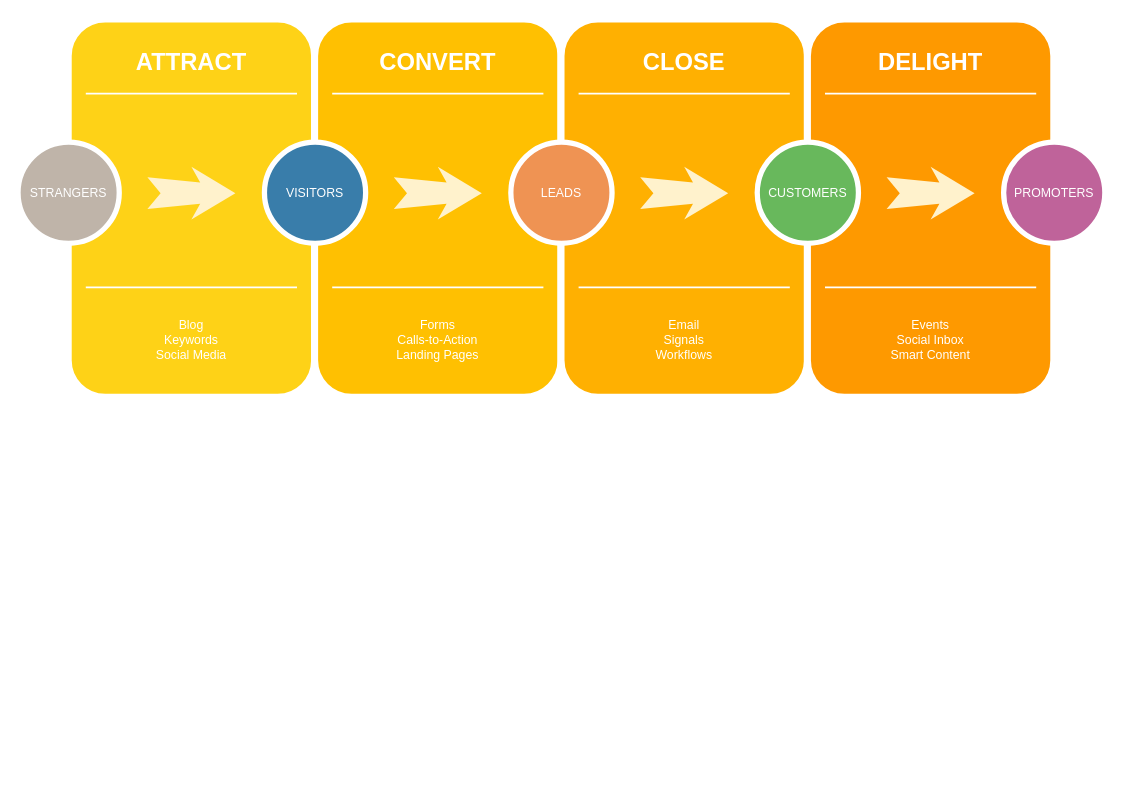
This is Diagram Tanpa Judul.drawio from rahmatulfajri10/server, a draw.io file, before an edit. Source tidied: cells renumbered, new cells numbered last; positions are measured from the earlier drawing's top-left corner, leaving out a move shared by most shapes. Both pictures are drawn from the tidied source at 88%, with x=0, y=0 at pixel (18, 18).
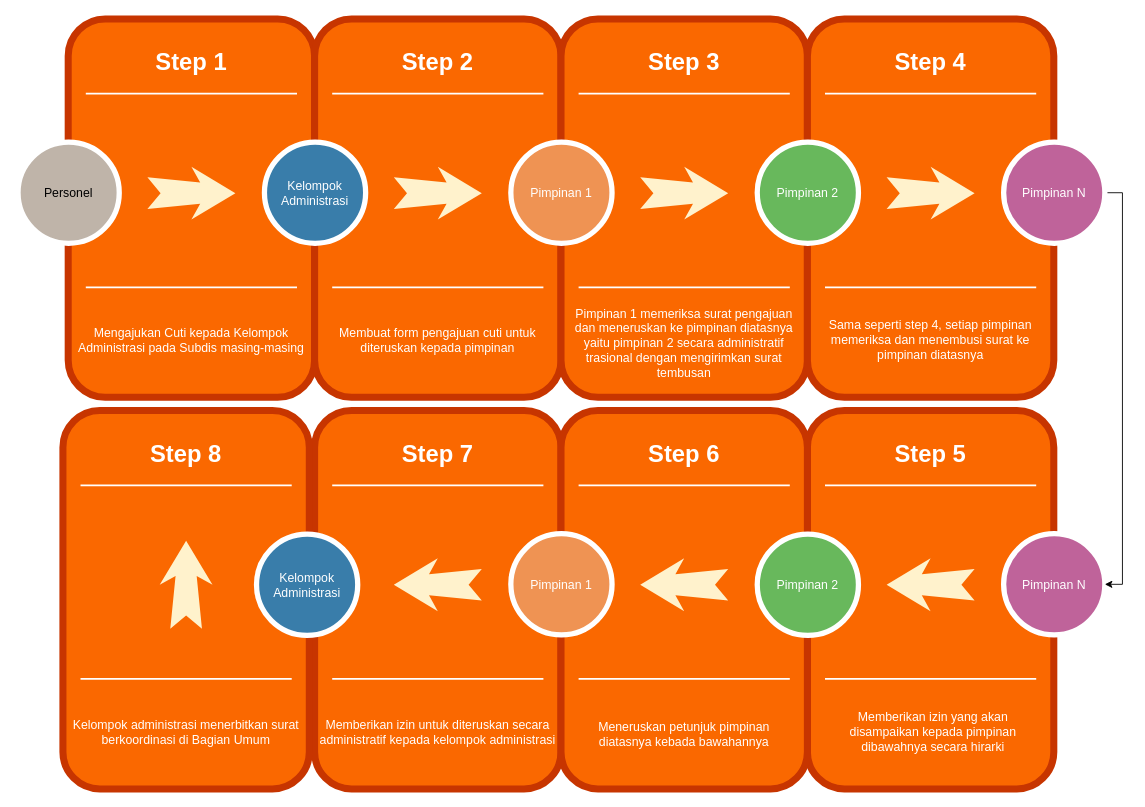
The same diagram, later.

The edit, as a diff of the source:
```diff
@@
-    <mxCell id="2" style="whiteSpace=wrap;html=1;rounded=1;shadow=0;strokeWidth=8;fontSize=20;align=center;fillColor=#FED217;strokeColor=#FFFFFF;" parent="1" vertex="1">
+    <mxCell id="2" style="whiteSpace=wrap;html=1;rounded=1;shadow=0;strokeWidth=8;fontSize=20;align=center;fillColor=#fa6800;strokeColor=#C73500;fontColor=#000000;" parent="1" vertex="1">
       <mxGeometry x="57" width="280" height="430" as="geometry" />
     </mxCell>
-    <mxCell id="3" value="ATTRACT" style="text;html=1;strokeColor=none;fillColor=none;align=center;verticalAlign=middle;whiteSpace=wrap;rounded=0;shadow=0;fontSize=27;fontColor=#FFFFFF;fontStyle=1;" parent="1" vertex="1">
+    <mxCell id="3" value="Step 1" style="text;html=1;strokeColor=none;fillColor=none;align=center;verticalAlign=middle;whiteSpace=wrap;rounded=0;shadow=0;fontSize=27;fontColor=#FFFFFF;fontStyle=1;" parent="1" vertex="1">
       <mxGeometry x="57" y="20" width="280" height="60" as="geometry" />
     </mxCell>
-    <mxCell id="4" value="Blog&lt;div&gt;Keywords&lt;/div&gt;&lt;div&gt;Social Media&lt;/div&gt;" style="text;html=1;strokeColor=none;fillColor=none;align=center;verticalAlign=middle;whiteSpace=wrap;rounded=0;shadow=0;fontSize=14;fontColor=#FFFFFF;" parent="1" vertex="1">
+    <mxCell id="4" value="Mengajukan Cuti kepada Kelompok Administrasi pada Subdis masing-masing" style="text;html=1;strokeColor=none;fillColor=none;align=center;verticalAlign=middle;whiteSpace=wrap;rounded=0;shadow=0;fontSize=14;fontColor=#FFFFFF;" parent="1" vertex="1">
       <mxGeometry x="57" y="320" width="280" height="90" as="geometry" />
     </mxCell>
@@
-    <mxCell id="7" value="STRANGERS" style="ellipse;whiteSpace=wrap;html=1;rounded=0;shadow=0;strokeWidth=6;fontSize=14;align=center;fillColor=#BFB4A9;strokeColor=#FFFFFF;fontColor=#FFFFFF;" parent="1" vertex="1">
+    <mxCell id="7" value="&lt;font color=&quot;#000000&quot;&gt;Personel&lt;/font&gt;" style="ellipse;whiteSpace=wrap;html=1;rounded=0;shadow=0;strokeWidth=6;fontSize=14;align=center;fillColor=#BFB4A9;strokeColor=#FFFFFF;fontColor=#FFFFFF;" parent="1" vertex="1">
       <mxGeometry y="140" width="115" height="115" as="geometry" />
     </mxCell>
@@
-    <mxCell id="9" style="whiteSpace=wrap;html=1;rounded=1;shadow=0;strokeWidth=8;fontSize=20;align=center;fillColor=#FFC001;strokeColor=#FFFFFF;" parent="1" vertex="1">
+    <mxCell id="9" style="whiteSpace=wrap;html=1;rounded=1;shadow=0;strokeWidth=8;fontSize=20;align=center;fillColor=#fa6800;strokeColor=#C73500;fontColor=#000000;" parent="1" vertex="1">
       <mxGeometry x="337" width="280" height="430" as="geometry" />
     </mxCell>
-    <mxCell id="10" value="CONVERT" style="text;html=1;strokeColor=none;fillColor=none;align=center;verticalAlign=middle;whiteSpace=wrap;rounded=0;shadow=0;fontSize=27;fontColor=#FFFFFF;fontStyle=1;" parent="1" vertex="1">
+    <mxCell id="10" value="Step 2" style="text;html=1;strokeColor=none;fillColor=none;align=center;verticalAlign=middle;whiteSpace=wrap;rounded=0;shadow=0;fontSize=27;fontColor=#FFFFFF;fontStyle=1;" parent="1" vertex="1">
       <mxGeometry x="337" y="20" width="280" height="60" as="geometry" />
     </mxCell>
-    <mxCell id="11" value="Forms&lt;div&gt;Calls-to-Action&lt;/div&gt;&lt;div&gt;Landing Pages&lt;/div&gt;" style="text;html=1;strokeColor=none;fillColor=none;align=center;verticalAlign=middle;whiteSpace=wrap;rounded=0;shadow=0;fontSize=14;fontColor=#FFFFFF;" parent="1" vertex="1">
+    <mxCell id="11" value="Membuat form pengajuan cuti untuk diteruskan kepada pimpinan" style="text;html=1;strokeColor=none;fillColor=none;align=center;verticalAlign=middle;whiteSpace=wrap;rounded=0;shadow=0;fontSize=14;fontColor=#FFFFFF;" parent="1" vertex="1">
       <mxGeometry x="337" y="320" width="280" height="90" as="geometry" />
     </mxCell>
@@
-    <mxCell id="14" value="VISITORS" style="ellipse;whiteSpace=wrap;html=1;rounded=0;shadow=0;strokeWidth=6;fontSize=14;align=center;fillColor=#397DAA;strokeColor=#FFFFFF;fontColor=#FFFFFF;" parent="1" vertex="1">
+    <mxCell id="14" value="Kelompok Administrasi" style="ellipse;whiteSpace=wrap;html=1;rounded=0;shadow=0;strokeWidth=6;fontSize=14;align=center;fillColor=#397DAA;strokeColor=#FFFFFF;fontColor=#FFFFFF;" parent="1" vertex="1">
       <mxGeometry x="280" y="140" width="115" height="115" as="geometry" />
     </mxCell>
@@
-    <mxCell id="16" style="whiteSpace=wrap;html=1;rounded=1;shadow=0;strokeWidth=8;fontSize=20;align=center;fillColor=#FFB001;strokeColor=#FFFFFF;" parent="1" vertex="1">
+    <mxCell id="16" style="whiteSpace=wrap;html=1;rounded=1;shadow=0;strokeWidth=8;fontSize=20;align=center;fillColor=#fa6800;strokeColor=#C73500;fontColor=#000000;" parent="1" vertex="1">
       <mxGeometry x="617" width="280" height="430" as="geometry" />
     </mxCell>
-    <mxCell id="17" value="CLOSE" style="text;html=1;strokeColor=none;fillColor=none;align=center;verticalAlign=middle;whiteSpace=wrap;rounded=0;shadow=0;fontSize=27;fontColor=#FFFFFF;fontStyle=1;" parent="1" vertex="1">
+    <mxCell id="17" value="Step 3" style="text;html=1;strokeColor=none;fillColor=none;align=center;verticalAlign=middle;whiteSpace=wrap;rounded=0;shadow=0;fontSize=27;fontColor=#FFFFFF;fontStyle=1;" parent="1" vertex="1">
       <mxGeometry x="617" y="20" width="280" height="60" as="geometry" />
     </mxCell>
-    <mxCell id="18" value="Email&lt;div&gt;Signals&lt;/div&gt;&lt;div&gt;Workflows&lt;/div&gt;" style="text;html=1;strokeColor=none;fillColor=none;align=center;verticalAlign=middle;whiteSpace=wrap;rounded=0;shadow=0;fontSize=14;fontColor=#FFFFFF;" parent="1" vertex="1">
-      <mxGeometry x="617" y="320" width="280" height="90" as="geometry" />
+    <mxCell id="18" value="Pimpinan 1 memeriksa surat pengajuan dan meneruskan ke pimpinan diatasnya yaitu pimpinan 2 secara administratif trasional dengan mengirimkan surat tembusan" style="text;html=1;strokeColor=none;fillColor=none;align=center;verticalAlign=middle;whiteSpace=wrap;rounded=0;shadow=0;fontSize=14;fontColor=#FFFFFF;" parent="1" vertex="1">
+      <mxGeometry x="630" y="320" width="254" height="95" as="geometry" />
     </mxCell>
@@
-    <mxCell id="21" value="LEADS" style="ellipse;whiteSpace=wrap;html=1;rounded=0;shadow=0;strokeWidth=6;fontSize=14;align=center;fillColor=#EF9353;strokeColor=#FFFFFF;fontColor=#FFFFFF;" parent="1" vertex="1">
+    <mxCell id="21" value="Pimpinan 1" style="ellipse;whiteSpace=wrap;html=1;rounded=0;shadow=0;strokeWidth=6;fontSize=14;align=center;fillColor=#EF9353;strokeColor=#FFFFFF;fontColor=#FFFFFF;" parent="1" vertex="1">
       <mxGeometry x="560" y="140" width="115" height="115" as="geometry" />
     </mxCell>
@@
-    <mxCell id="23" style="whiteSpace=wrap;html=1;rounded=1;shadow=0;strokeWidth=8;fontSize=20;align=center;fillColor=#FE9900;strokeColor=#FFFFFF;" parent="1" vertex="1">
+    <mxCell id="23" style="whiteSpace=wrap;html=1;rounded=1;shadow=0;strokeWidth=8;fontSize=20;align=center;fillColor=#fa6800;strokeColor=#C73500;fontColor=#000000;" parent="1" vertex="1">
       <mxGeometry x="897" width="280" height="430" as="geometry" />
     </mxCell>
-    <mxCell id="24" value="DELIGHT" style="text;html=1;strokeColor=none;fillColor=none;align=center;verticalAlign=middle;whiteSpace=wrap;rounded=0;shadow=0;fontSize=27;fontColor=#FFFFFF;fontStyle=1;" parent="1" vertex="1">
+    <mxCell id="24" value="Step 4" style="text;html=1;strokeColor=none;fillColor=none;align=center;verticalAlign=middle;whiteSpace=wrap;rounded=0;shadow=0;fontSize=27;fontColor=#FFFFFF;fontStyle=1;" parent="1" vertex="1">
       <mxGeometry x="897" y="20" width="280" height="60" as="geometry" />
     </mxCell>
-    <mxCell id="25" value="Events&lt;div&gt;Social Inbox&lt;/div&gt;&lt;div&gt;Smart Content&lt;/div&gt;" style="text;html=1;strokeColor=none;fillColor=none;align=center;verticalAlign=middle;whiteSpace=wrap;rounded=0;shadow=0;fontSize=14;fontColor=#FFFFFF;" parent="1" vertex="1">
+    <mxCell id="25" value="Sama seperti step 4, setiap pimpinan memeriksa dan menembusi surat ke pimpinan diatasnya" style="text;html=1;strokeColor=none;fillColor=none;align=center;verticalAlign=middle;whiteSpace=wrap;rounded=0;shadow=0;fontSize=14;fontColor=#FFFFFF;" parent="1" vertex="1">
       <mxGeometry x="897" y="320" width="280" height="90" as="geometry" />
     </mxCell>
@@
-    <mxCell id="28" value="CUSTOMERS" style="ellipse;whiteSpace=wrap;html=1;rounded=0;shadow=0;strokeWidth=6;fontSize=14;align=center;fillColor=#68B85C;strokeColor=#FFFFFF;fontColor=#FFFFFF;" parent="1" vertex="1">
+    <mxCell id="28" value="Pimpinan 2" style="ellipse;whiteSpace=wrap;html=1;rounded=0;shadow=0;strokeWidth=6;fontSize=14;align=center;fillColor=#68B85C;strokeColor=#FFFFFF;fontColor=#FFFFFF;" parent="1" vertex="1">
       <mxGeometry x="840" y="140" width="115" height="115" as="geometry" />
     </mxCell>
@@
+    <mxCell id="31" style="whiteSpace=wrap;html=1;rounded=1;shadow=0;strokeWidth=8;fontSize=20;align=center;fillColor=#fa6800;strokeColor=#C73500;fontColor=#000000;" parent="1" vertex="1">
+      <mxGeometry x="897" y="445" width="280" height="430" as="geometry" />
+    </mxCell>
+    <mxCell id="32" value="Step 5" style="text;html=1;strokeColor=none;fillColor=none;align=center;verticalAlign=middle;whiteSpace=wrap;rounded=0;shadow=0;fontSize=27;fontColor=#FFFFFF;fontStyle=1;" parent="1" vertex="1">
+      <mxGeometry x="897" y="465" width="280" height="60" as="geometry" />
+    </mxCell>
+    <mxCell id="33" value="Memberikan izin yang akan disampaikan kepada pimpinan dibawahnya secara hirarki" style="text;html=1;strokeColor=none;fillColor=none;align=center;verticalAlign=middle;whiteSpace=wrap;rounded=0;shadow=0;fontSize=14;fontColor=#FFFFFF;" parent="1" vertex="1">
+      <mxGeometry x="923" y="770" width="234" height="80" as="geometry" />
+    </mxCell>
+    <mxCell id="34" style="line;strokeWidth=2;html=1;rounded=0;shadow=0;fontSize=27;align=center;fillColor=none;strokeColor=#FFFFFF;" parent="1" vertex="1">
+      <mxGeometry x="917" y="525" width="240" height="10" as="geometry" />
+    </mxCell>
+    <mxCell id="35" style="line;strokeWidth=2;html=1;rounded=0;shadow=0;fontSize=27;align=center;fillColor=none;strokeColor=#FFFFFF;" parent="1" vertex="1">
+      <mxGeometry x="917" y="745" width="240" height="10" as="geometry" />
+    </mxCell>
+    <mxCell id="36" style="html=1;shadow=0;dashed=0;align=center;verticalAlign=middle;shape=mxgraph.arrows2.stylisedArrow;dy=0.6;dx=40;notch=15;feather=0.4;rounded=0;strokeWidth=1;fontSize=27;strokeColor=none;fillColor=#fff2cc;rotation=-180;" parent="1" vertex="1">
+      <mxGeometry x="987" y="613" width="100" height="60" as="geometry" />
+    </mxCell>
+    <mxCell id="37" value="Pimpinan N" style="ellipse;whiteSpace=wrap;html=1;rounded=0;shadow=0;strokeWidth=6;fontSize=14;align=center;fillColor=#BF639A;strokeColor=#FFFFFF;fontColor=#FFFFFF;" parent="1" vertex="1">
+      <mxGeometry x="1120" y="585" width="115" height="115" as="geometry" />
+    </mxCell>
+    <mxCell id="38" style="edgeStyle=orthogonalEdgeStyle;rounded=0;jettySize=auto;html=1;entryX=1;entryY=0.5;entryDx=0;entryDy=0;exitX=1;exitY=0.5;exitDx=0;exitDy=0;" parent="1" edge="1" source="30" target="37">
+      <mxGeometry relative="1" as="geometry">
+        <Array as="points">
+          <mxPoint x="1255" y="197" />
+          <mxPoint x="1255" y="643" />
+        </Array>
+      </mxGeometry>
+    </mxCell>
-    <mxCell id="30" value="PROMOTERS" style="ellipse;whiteSpace=wrap;html=1;rounded=0;shadow=0;strokeWidth=6;fontSize=14;align=center;fillColor=#BF639A;strokeColor=#FFFFFF;fontColor=#FFFFFF;" parent="1" vertex="1">
+    <mxCell id="30" value="Pimpinan N" style="ellipse;whiteSpace=wrap;html=1;rounded=0;shadow=0;strokeWidth=6;fontSize=14;align=center;fillColor=#BF639A;strokeColor=#FFFFFF;fontColor=#FFFFFF;" parent="1" vertex="1">
       <mxGeometry x="1120" y="140" width="115" height="115" as="geometry" />
     </mxCell>
+    <mxCell id="39" style="whiteSpace=wrap;html=1;rounded=1;shadow=0;strokeWidth=8;fontSize=20;align=center;fillColor=#fa6800;strokeColor=#C73500;fontColor=#000000;" parent="1" vertex="1">
+      <mxGeometry x="337" y="445" width="280" height="430" as="geometry" />
+    </mxCell>
+    <mxCell id="40" value="Step 7" style="text;html=1;strokeColor=none;fillColor=none;align=center;verticalAlign=middle;whiteSpace=wrap;rounded=0;shadow=0;fontSize=27;fontColor=#FFFFFF;fontStyle=1;" parent="1" vertex="1">
+      <mxGeometry x="337" y="465" width="280" height="60" as="geometry" />
+    </mxCell>
+    <mxCell id="41" value="Memberikan izin untuk diteruskan secara administratif kepada kelompok administrasi" style="text;html=1;strokeColor=none;fillColor=none;align=center;verticalAlign=middle;whiteSpace=wrap;rounded=0;shadow=0;fontSize=14;fontColor=#FFFFFF;" parent="1" vertex="1">
+      <mxGeometry x="337" y="765" width="280" height="90" as="geometry" />
+    </mxCell>
+    <mxCell id="42" style="line;strokeWidth=2;html=1;rounded=0;shadow=0;fontSize=27;align=center;fillColor=none;strokeColor=#FFFFFF;" parent="1" vertex="1">
+      <mxGeometry x="357" y="525" width="240" height="10" as="geometry" />
+    </mxCell>
+    <mxCell id="43" style="line;strokeWidth=2;html=1;rounded=0;shadow=0;fontSize=27;align=center;fillColor=none;strokeColor=#FFFFFF;" parent="1" vertex="1">
+      <mxGeometry x="357" y="745" width="240" height="10" as="geometry" />
+    </mxCell>
+    <mxCell id="44" style="html=1;shadow=0;dashed=0;align=center;verticalAlign=middle;shape=mxgraph.arrows2.stylisedArrow;dy=0.6;dx=40;notch=15;feather=0.4;rounded=0;strokeWidth=1;fontSize=27;strokeColor=none;fillColor=#fff2cc;rotation=-180;" parent="1" vertex="1">
+      <mxGeometry x="427" y="613" width="100" height="60" as="geometry" />
+    </mxCell>
+    <mxCell id="45" style="whiteSpace=wrap;html=1;rounded=1;shadow=0;strokeWidth=8;fontSize=20;align=center;fillColor=#fa6800;strokeColor=#C73500;fontColor=#000000;" parent="1" vertex="1">
+      <mxGeometry x="617" y="445" width="280" height="430" as="geometry" />
+    </mxCell>
+    <mxCell id="46" value="Step 6" style="text;html=1;strokeColor=none;fillColor=none;align=center;verticalAlign=middle;whiteSpace=wrap;rounded=0;shadow=0;fontSize=27;fontColor=#FFFFFF;fontStyle=1;" parent="1" vertex="1">
+      <mxGeometry x="617" y="465" width="280" height="60" as="geometry" />
+    </mxCell>
+    <mxCell id="47" value="Meneruskan petunjuk pimpinan diatasnya kebada bawahannya" style="text;html=1;strokeColor=none;fillColor=none;align=center;verticalAlign=middle;whiteSpace=wrap;rounded=0;shadow=0;fontSize=14;fontColor=#FFFFFF;" parent="1" vertex="1">
+      <mxGeometry x="630" y="765" width="254" height="95" as="geometry" />
+    </mxCell>
+    <mxCell id="48" style="line;strokeWidth=2;html=1;rounded=0;shadow=0;fontSize=27;align=center;fillColor=none;strokeColor=#FFFFFF;" parent="1" vertex="1">
+      <mxGeometry x="637" y="525" width="240" height="10" as="geometry" />
+    </mxCell>
+    <mxCell id="49" style="line;strokeWidth=2;html=1;rounded=0;shadow=0;fontSize=27;align=center;fillColor=none;strokeColor=#FFFFFF;" parent="1" vertex="1">
+      <mxGeometry x="637" y="745" width="240" height="10" as="geometry" />
+    </mxCell>
+    <mxCell id="50" value="Pimpinan 1" style="ellipse;whiteSpace=wrap;html=1;rounded=0;shadow=0;strokeWidth=6;fontSize=14;align=center;fillColor=#EF9353;strokeColor=#FFFFFF;fontColor=#FFFFFF;" parent="1" vertex="1">
+      <mxGeometry x="560" y="585" width="115" height="115" as="geometry" />
+    </mxCell>
+    <mxCell id="51" style="html=1;shadow=0;dashed=0;align=center;verticalAlign=middle;shape=mxgraph.arrows2.stylisedArrow;dy=0.6;dx=40;notch=15;feather=0.4;rounded=0;strokeWidth=1;fontSize=27;strokeColor=none;fillColor=#fff2cc;rotation=-180;" parent="1" vertex="1">
+      <mxGeometry x="707" y="613" width="100" height="60" as="geometry" />
+    </mxCell>
+    <mxCell id="52" value="Pimpinan 2" style="ellipse;whiteSpace=wrap;html=1;rounded=0;shadow=0;strokeWidth=6;fontSize=14;align=center;fillColor=#68B85C;strokeColor=#FFFFFF;fontColor=#FFFFFF;" parent="1" vertex="1">
+      <mxGeometry x="840" y="585.5" width="115" height="115" as="geometry" />
+    </mxCell>
+    <mxCell id="53" style="whiteSpace=wrap;html=1;rounded=1;shadow=0;strokeWidth=8;fontSize=20;align=center;fillColor=#fa6800;strokeColor=#C73500;fontColor=#000000;" parent="1" vertex="1">
+      <mxGeometry x="51" y="445" width="280" height="430" as="geometry" />
+    </mxCell>
+    <mxCell id="54" value="Step 8" style="text;html=1;strokeColor=none;fillColor=none;align=center;verticalAlign=middle;whiteSpace=wrap;rounded=0;shadow=0;fontSize=27;fontColor=#FFFFFF;fontStyle=1;" parent="1" vertex="1">
+      <mxGeometry x="51" y="465" width="280" height="60" as="geometry" />
+    </mxCell>
+    <mxCell id="55" value="Kelompok administrasi menerbitkan surat berkoordinasi di Bagian Umum" style="text;html=1;strokeColor=none;fillColor=none;align=center;verticalAlign=middle;whiteSpace=wrap;rounded=0;shadow=0;fontSize=14;fontColor=#FFFFFF;" parent="1" vertex="1">
+      <mxGeometry x="51" y="765" width="280" height="90" as="geometry" />
+    </mxCell>
+    <mxCell id="56" style="line;strokeWidth=2;html=1;rounded=0;shadow=0;fontSize=27;align=center;fillColor=none;strokeColor=#FFFFFF;" parent="1" vertex="1">
+      <mxGeometry x="71" y="525" width="240" height="10" as="geometry" />
+    </mxCell>
+    <mxCell id="57" style="line;strokeWidth=2;html=1;rounded=0;shadow=0;fontSize=27;align=center;fillColor=none;strokeColor=#FFFFFF;" parent="1" vertex="1">
+      <mxGeometry x="71" y="745" width="240" height="10" as="geometry" />
+    </mxCell>
+    <mxCell id="58" style="html=1;shadow=0;dashed=0;align=center;verticalAlign=middle;shape=mxgraph.arrows2.stylisedArrow;dy=0.6;dx=40;notch=15;feather=0.4;rounded=0;strokeWidth=1;fontSize=27;strokeColor=none;fillColor=#fff2cc;rotation=-90;" parent="1" vertex="1">
+      <mxGeometry x="141" y="613" width="100" height="60" as="geometry" />
+    </mxCell>
+    <mxCell id="59" value="Kelompok Administrasi" style="ellipse;whiteSpace=wrap;html=1;rounded=0;shadow=0;strokeWidth=6;fontSize=14;align=center;fillColor=#397DAA;strokeColor=#FFFFFF;fontColor=#FFFFFF;" parent="1" vertex="1">
+      <mxGeometry x="271" y="585.5" width="115" height="115" as="geometry" />
+    </mxCell>
```
